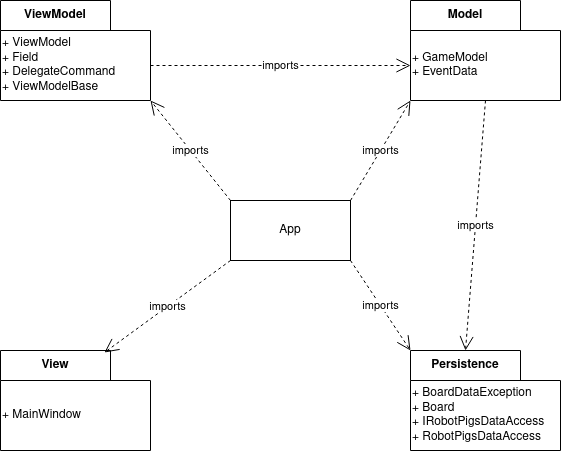
Earlier version of the draw.io export DOKUMENTÁCIÓ/packagediag.drawio.png (Reun85/esemenyvezbeadando). Source tidied: cells renumbered, new cells last; positions are measured from the earlier drawing's top-left corner, leaving out a move shared by most shapes.
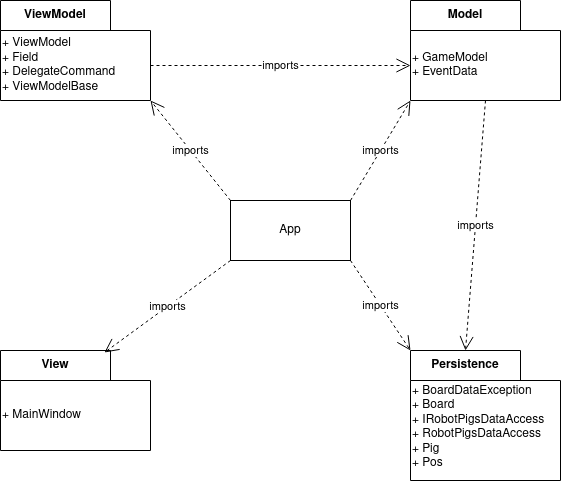
After the commit.

What changed in the source:
```diff
@@ -27,10 +27,10 @@
       </mxGeometry>
     </mxCell>
     <mxCell id="8" value="Persistence" style="shape=folder;fontStyle=1;tabWidth=110;tabHeight=30;tabPosition=left;html=1;boundedLbl=1;labelInHeader=1;whiteSpace=wrap;" parent="1" vertex="1">
-      <mxGeometry x="410" y="350" width="150" height="100" as="geometry" />
+      <mxGeometry x="410" y="350" width="150" height="130" as="geometry" />
     </mxCell>
-    <mxCell id="9" value="&lt;div&gt;+ BoardDataException&lt;/div&gt;&lt;div&gt;+ Board&lt;/div&gt;&lt;div&gt;+ IRobotPigsDataAccess&lt;br&gt;&lt;/div&gt;&lt;div&gt;+ RobotPigsDataAccess&lt;br&gt;&lt;/div&gt;" style="html=1;strokeColor=none;fillColor=none;whiteSpace=wrap;align=left;" parent="8" vertex="1">
-      <mxGeometry width="150" height="70" relative="1" as="geometry">
+    <mxCell id="9" value="&lt;div&gt;+ BoardDataException&lt;/div&gt;&lt;div&gt;+ Board&lt;/div&gt;&lt;div&gt;+ IRobotPigsDataAccess&lt;br&gt;&lt;/div&gt;&lt;div&gt;+ RobotPigsDataAccess&lt;/div&gt;&lt;div&gt;+ Pig&lt;/div&gt;&lt;div&gt;+ Pos&lt;br&gt;&lt;/div&gt;" style="html=1;strokeColor=none;fillColor=none;whiteSpace=wrap;align=left;" parent="8" vertex="1">
+      <mxGeometry width="150" height="94.55" relative="1" as="geometry">
         <mxPoint y="30" as="offset" />
       </mxGeometry>
     </mxCell>
```
